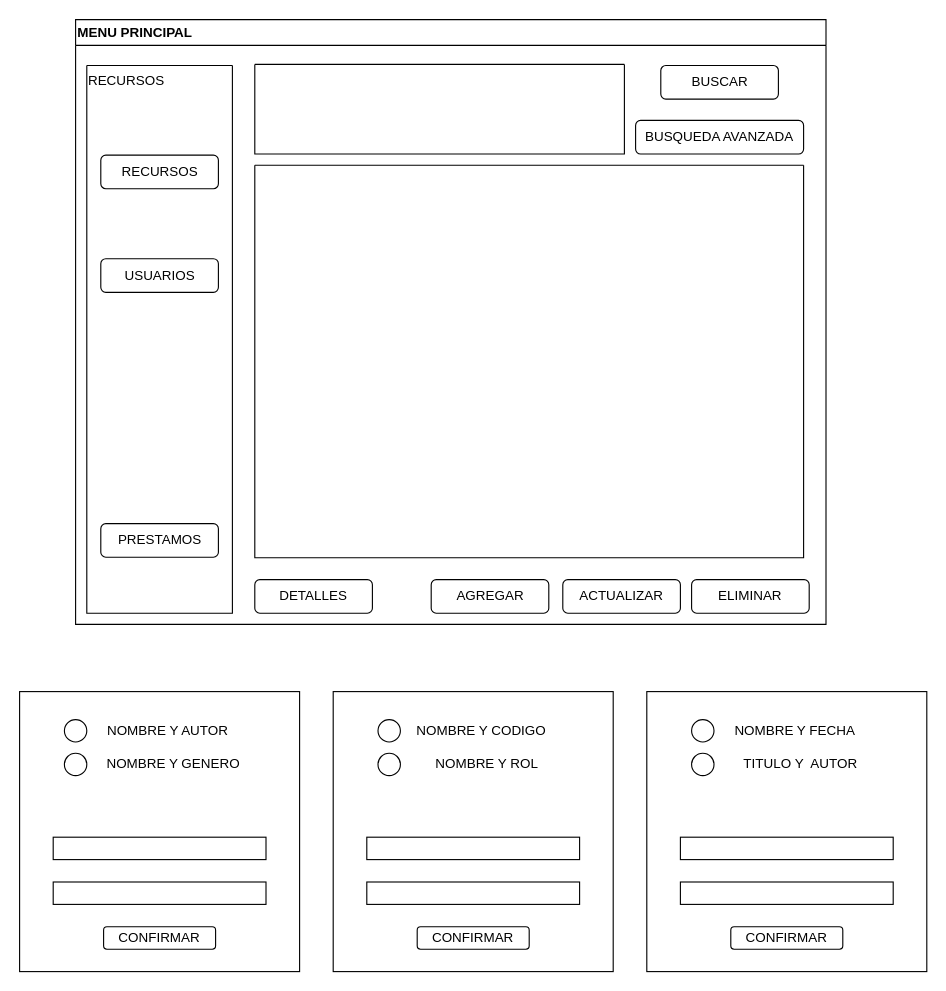
Above: page "Page-1" (1 of 4) of Interface Diagram.drawio in puyojulian/MiniProyecto3FPOE (draw.io), before the change. Source tidied: cells renumbered, new cells numbered last; positions are measured from the earlier drawing's top-left corner, leaving out a move shared by most shapes. Both pictures are drawn from the tidied source at 112%, with x=0, y=0 at pixel (19, 19).
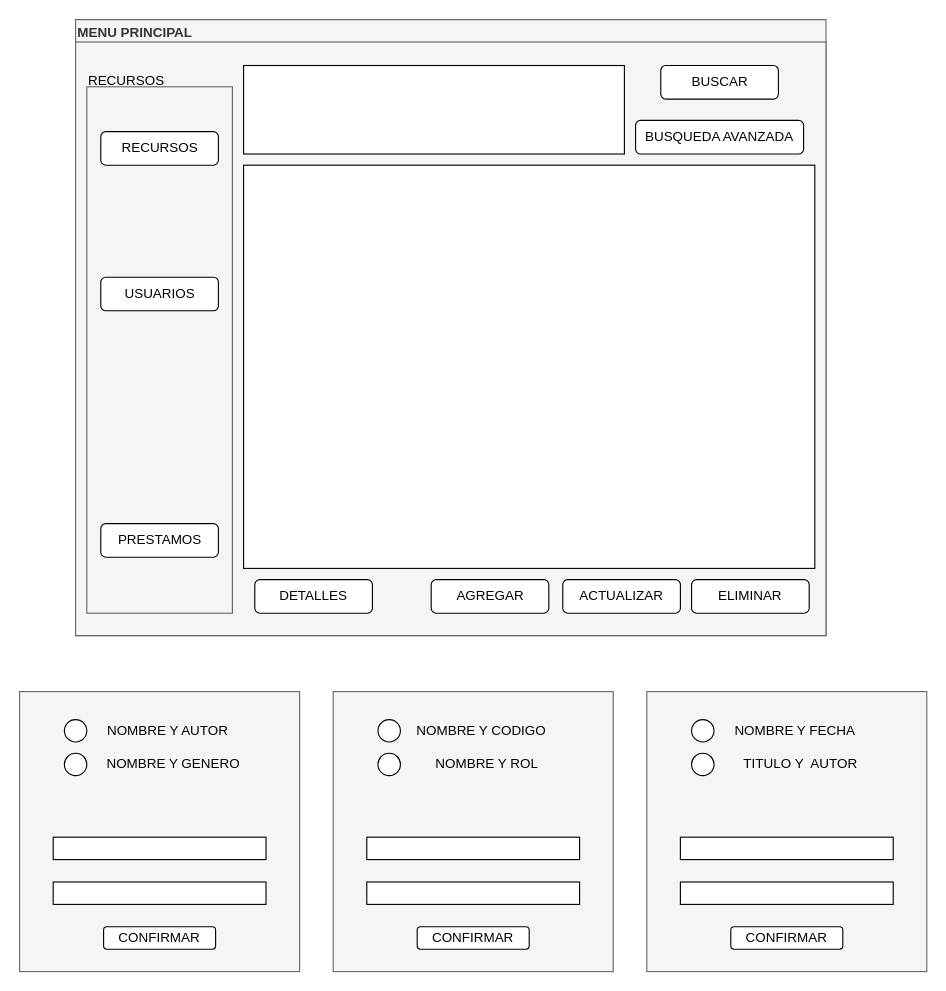
The same diagram, later.

Commit message (it also covers changes not shown here):
Actualización Interfaz Menu Principal

Diff of the diagram source:
```diff
@@
-    <mxCell id="2" style="swimlane;startSize=0;" parent="1" vertex="1">
-      <mxGeometry x="210" y="130" width="490" height="350.5" as="geometry" />
-    </mxCell>
-    <mxCell id="3" style="swimlane;startSize=0;" parent="2" vertex="1">
-      <mxGeometry y="-90" width="330" height="80" as="geometry" />
-    </mxCell>
-    <mxCell id="4" style="swimlane;startSize=0;" parent="1" vertex="1">
-      <mxGeometry x="60" y="41" width="130" height="489" as="geometry" />
-    </mxCell>
-    <mxCell id="5" value="RECURSOS" style="rounded=1;whiteSpace=wrap;html=1;" parent="4" vertex="1">
-      <mxGeometry x="12.5" y="80" width="105" height="30" as="geometry" />
-    </mxCell>
-    <mxCell id="6" value="USUARIOS" style="rounded=1;whiteSpace=wrap;html=1;" parent="4" vertex="1">
-      <mxGeometry x="12.5" y="172.5" width="105" height="30" as="geometry" />
-    </mxCell>
-    <mxCell id="7" value="PRESTAMOS" style="rounded=1;whiteSpace=wrap;html=1;" parent="4" vertex="1">
-      <mxGeometry x="12.5" y="409" width="105" height="30" as="geometry" />
-    </mxCell>
-    <mxCell id="8" value="DETALLES" style="rounded=1;whiteSpace=wrap;html=1;" parent="1" vertex="1">
-      <mxGeometry x="210" y="500" width="105" height="30" as="geometry" />
-    </mxCell>
-    <mxCell id="9" value="AGREGAR" style="rounded=1;whiteSpace=wrap;html=1;" parent="1" vertex="1">
-      <mxGeometry x="367.5" y="500" width="105" height="30" as="geometry" />
-    </mxCell>
-    <mxCell id="10" value="ACTUALIZAR" style="rounded=1;whiteSpace=wrap;html=1;" parent="1" vertex="1">
-      <mxGeometry x="485" y="500" width="105" height="30" as="geometry" />
-    </mxCell>
-    <mxCell id="11" value="MENU PRINCIPAL" style="swimlane;whiteSpace=wrap;html=1;align=left;" parent="1" vertex="1">
-      <mxGeometry x="50" width="670" height="540" as="geometry" />
+    <mxCell id="11" value="MENU PRINCIPAL" style="swimlane;whiteSpace=wrap;html=1;align=left;fillColor=#f5f5f5;fontColor=#333333;strokeColor=#666666;" parent="1" vertex="1">
+      <mxGeometry x="50" width="670" height="550" as="geometry" />
     </mxCell>
+    <mxCell id="40" style="rounded=0;whiteSpace=wrap;html=1;fillColor=#f5f5f5;fontColor=#333333;strokeColor=#666666;" parent="11" vertex="1">
+      <mxGeometry y="20" width="670" height="530" as="geometry" />
+    </mxCell>
@@
+    <mxCell id="41" style="rounded=0;whiteSpace=wrap;html=1;" parent="11" vertex="1">
+      <mxGeometry x="150" y="41" width="340" height="79" as="geometry" />
+    </mxCell>
+    <mxCell id="42" style="rounded=0;whiteSpace=wrap;html=1;fillColor=#f5f5f5;fontColor=#333333;strokeColor=#666666;" parent="11" vertex="1">
+      <mxGeometry x="10" y="60" width="130" height="470" as="geometry" />
+    </mxCell>
+    <mxCell id="7" value="PRESTAMOS" style="rounded=1;whiteSpace=wrap;html=1;" parent="11" vertex="1">
+      <mxGeometry x="22.5" y="450" width="105" height="30" as="geometry" />
+    </mxCell>
+    <mxCell id="6" value="USUARIOS" style="rounded=1;whiteSpace=wrap;html=1;" parent="11" vertex="1">
+      <mxGeometry x="22.5" y="230" width="105" height="30" as="geometry" />
+    </mxCell>
+    <mxCell id="5" value="RECURSOS" style="rounded=1;whiteSpace=wrap;html=1;" parent="11" vertex="1">
+      <mxGeometry x="22.5" y="100" width="105" height="30" as="geometry" />
+    </mxCell>
+    <mxCell id="8" value="DETALLES" style="rounded=1;whiteSpace=wrap;html=1;" parent="1" vertex="1">
+      <mxGeometry x="210" y="500" width="105" height="30" as="geometry" />
+    </mxCell>
+    <mxCell id="9" value="AGREGAR" style="rounded=1;whiteSpace=wrap;html=1;" parent="1" vertex="1">
+      <mxGeometry x="367.5" y="500" width="105" height="30" as="geometry" />
+    </mxCell>
+    <mxCell id="10" value="ACTUALIZAR" style="rounded=1;whiteSpace=wrap;html=1;" parent="1" vertex="1">
+      <mxGeometry x="485" y="500" width="105" height="30" as="geometry" />
+    </mxCell>
-    <mxCell id="16" style="whiteSpace=wrap;html=1;" parent="1" vertex="1">
+    <mxCell id="16" style="whiteSpace=wrap;html=1;fillColor=#f5f5f5;fontColor=#333333;strokeColor=#666666;" parent="1" vertex="1">
       <mxGeometry y="600" width="250" height="250" as="geometry" />
     </mxCell>
@@
-    <mxCell id="24" style="whiteSpace=wrap;html=1;" parent="1" vertex="1">
+    <mxCell id="24" style="whiteSpace=wrap;html=1;fillColor=#f5f5f5;fontColor=#333333;strokeColor=#666666;" parent="1" vertex="1">
       <mxGeometry x="280" y="600" width="250" height="250" as="geometry" />
     </mxCell>
@@
-    <mxCell id="32" style="whiteSpace=wrap;html=1;" parent="1" vertex="1">
+    <mxCell id="32" style="whiteSpace=wrap;html=1;fillColor=#f5f5f5;fontColor=#333333;strokeColor=#666666;" parent="1" vertex="1">
       <mxGeometry x="560" y="600" width="250" height="250" as="geometry" />
     </mxCell>
@@
+    <mxCell id="43" style="rounded=0;whiteSpace=wrap;html=1;" parent="1" vertex="1">
+      <mxGeometry x="200" y="130" width="510" height="360" as="geometry" />
+    </mxCell>
```
